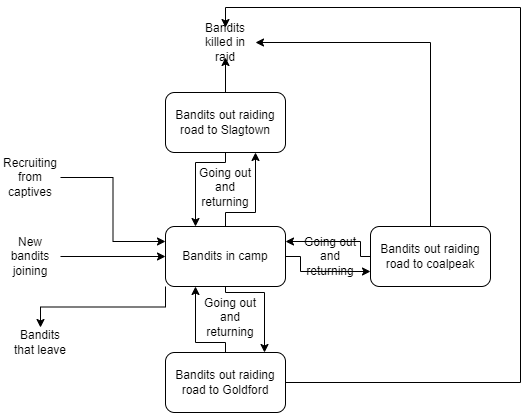
Earlier version of the draw.io export Flowchart/BanditFlow.drawio.png (FunkMarvel/Comp-4-SST). Source tidied: cells renumbered, new cells last; positions are measured from the earlier drawing's top-left corner, leaving out a move shared by most shapes.
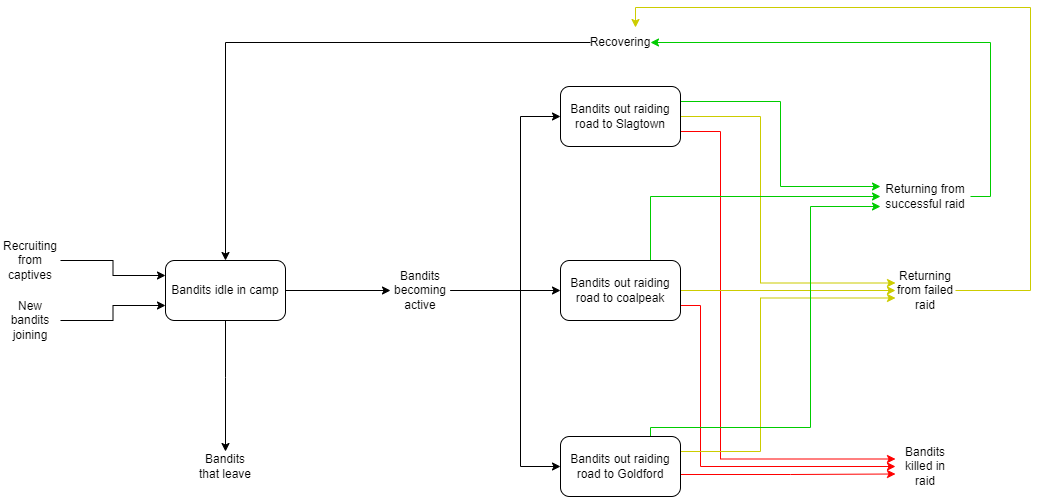
Above is the later version.

The edit, as a diff of the source:
```diff
@@ -2,114 +2,159 @@
   <root>
     <mxCell id="0" />
     <mxCell id="1" parent="0" />
-    <mxCell id="2" style="edgeStyle=orthogonalEdgeStyle;rounded=0;jettySize=auto;html=1;entryX=0.75;entryY=1;entryDx=0;entryDy=0;" parent="1" edge="1" source="6" target="9">
-      <mxGeometry relative="1" as="geometry">
-        <Array as="points">
-          <mxPoint x="225" y="205" />
-          <mxPoint x="255" y="205" />
-        </Array>
-      </mxGeometry>
-    </mxCell>
-    <mxCell id="3" style="edgeStyle=orthogonalEdgeStyle;rounded=0;jettySize=auto;html=1;entryX=0;entryY=0.75;entryDx=0;entryDy=0;" parent="1" edge="1" source="6" target="12">
-      <mxGeometry relative="1" as="geometry">
-        <Array as="points">
-          <mxPoint x="300" y="249" />
-          <mxPoint x="300" y="264" />
-        </Array>
-      </mxGeometry>
-    </mxCell>
-    <mxCell id="4" style="edgeStyle=orthogonalEdgeStyle;rounded=0;jettySize=auto;html=1;entryX=0.825;entryY=0;entryDx=0;entryDy=0;entryPerimeter=0;" parent="1" edge="1" source="6" target="15">
-      <mxGeometry relative="1" as="geometry">
-        <Array as="points">
-          <mxPoint x="225" y="285" />
-          <mxPoint x="264" y="285" />
-        </Array>
-      </mxGeometry>
-    </mxCell>
-    <mxCell id="5" style="edgeStyle=orthogonalEdgeStyle;rounded=0;jettySize=auto;html=1;exitX=0;exitY=1;exitDx=0;exitDy=0;" parent="1" edge="1" source="6" target="24">
-      <mxGeometry relative="1" as="geometry" />
+    <mxCell id="5" style="edgeStyle=orthogonalEdgeStyle;rounded=0;jettySize=auto;html=1;exitX=0.5;exitY=1;exitDx=0;exitDy=0;" parent="1" edge="1" source="6" target="24">
+      <mxGeometry relative="1" as="geometry">
+        <Array as="points">
+          <mxPoint x="-55" y="385" />
+          <mxPoint x="-55" y="385" />
+        </Array>
+      </mxGeometry>
     </mxCell>
+    <mxCell id="25" style="edgeStyle=orthogonalEdgeStyle;rounded=0;jettySize=auto;html=1;" parent="1" edge="1" source="6" target="41">
+      <mxGeometry relative="1" as="geometry" />
+    </mxCell>
-    <mxCell id="6" value="Bandits in camp" style="rounded=1;whiteSpace=wrap;html=1;" parent="1" vertex="1">
-      <mxGeometry x="165" y="219" width="120" height="60" as="geometry" />
+    <mxCell id="6" value="Bandits idle in camp" style="rounded=1;whiteSpace=wrap;html=1;" parent="1" vertex="1">
+      <mxGeometry x="-115" y="268" width="120" height="60" as="geometry" />
     </mxCell>
-    <mxCell id="7" style="edgeStyle=orthogonalEdgeStyle;rounded=0;jettySize=auto;html=1;entryX=0.25;entryY=0;entryDx=0;entryDy=0;" parent="1" edge="1" source="9" target="6">
-      <mxGeometry relative="1" as="geometry">
-        <Array as="points">
-          <mxPoint x="225" y="155" />
-          <mxPoint x="195" y="155" />
-        </Array>
-      </mxGeometry>
-    </mxCell>
-    <mxCell id="8" style="edgeStyle=orthogonalEdgeStyle;rounded=0;jettySize=auto;html=1;" parent="1" edge="1" source="9" target="20">
-      <mxGeometry relative="1" as="geometry" />
+    <mxCell id="8" style="edgeStyle=orthogonalEdgeStyle;rounded=0;jettySize=auto;html=1;exitX=1;exitY=0.75;exitDx=0;exitDy=0;entryX=0;entryY=0.25;entryDx=0;entryDy=0;strokeColor=#FF0000;" parent="1" edge="1" source="9" target="20">
+      <mxGeometry relative="1" as="geometry">
+        <Array as="points">
+          <mxPoint x="440" y="139" />
+          <mxPoint x="440" y="467" />
+        </Array>
+      </mxGeometry>
     </mxCell>
+    <mxCell id="26" style="edgeStyle=orthogonalEdgeStyle;rounded=0;jettySize=auto;html=1;exitX=1;exitY=0.5;exitDx=0;exitDy=0;entryX=0;entryY=0.25;entryDx=0;entryDy=0;strokeColor=#CCCC00;" parent="1" edge="1" source="9" target="33">
+      <mxGeometry relative="1" as="geometry">
+        <Array as="points">
+          <mxPoint x="480" y="124" />
+          <mxPoint x="480" y="291" />
+        </Array>
+      </mxGeometry>
+    </mxCell>
+    <mxCell id="27" style="edgeStyle=orthogonalEdgeStyle;rounded=0;jettySize=auto;html=1;exitX=1;exitY=0.25;exitDx=0;exitDy=0;entryX=0;entryY=0.25;entryDx=0;entryDy=0;strokeColor=#00CC00;" parent="1" edge="1" source="9" target="37">
+      <mxGeometry relative="1" as="geometry" />
+    </mxCell>
     <mxCell id="9" value="Bandits out raiding road to Slagtown" style="rounded=1;whiteSpace=wrap;html=1;" parent="1" vertex="1">
-      <mxGeometry x="165" y="85" width="120" height="60" as="geometry" />
+      <mxGeometry x="280" y="94" width="120" height="60" as="geometry" />
     </mxCell>
-    <mxCell id="10" style="edgeStyle=orthogonalEdgeStyle;rounded=0;jettySize=auto;html=1;entryX=1;entryY=0.25;entryDx=0;entryDy=0;" parent="1" edge="1" source="12" target="6">
-      <mxGeometry relative="1" as="geometry">
-        <Array as="points">
-          <mxPoint x="360" y="249" />
-          <mxPoint x="360" y="234" />
-        </Array>
-      </mxGeometry>
-    </mxCell>
-    <mxCell id="11" style="edgeStyle=orthogonalEdgeStyle;rounded=0;jettySize=auto;html=1;entryX=1;entryY=0.5;entryDx=0;entryDy=0;" parent="1" edge="1" source="12" target="20">
+    <mxCell id="11" style="edgeStyle=orthogonalEdgeStyle;rounded=0;jettySize=auto;html=1;exitX=1;exitY=0.75;exitDx=0;exitDy=0;entryX=0;entryY=0.5;entryDx=0;entryDy=0;strokeColor=#FF0000;" parent="1" edge="1" source="12" target="20">
       <mxGeometry relative="1" as="geometry">
         <Array as="points">
-          <mxPoint x="430" y="35" />
+          <mxPoint x="420" y="313" />
+          <mxPoint x="420" y="474" />
         </Array>
       </mxGeometry>
     </mxCell>
+    <mxCell id="28" style="edgeStyle=orthogonalEdgeStyle;rounded=0;jettySize=auto;html=1;exitX=1;exitY=0.5;exitDx=0;exitDy=0;entryX=0;entryY=0.5;entryDx=0;entryDy=0;fillColor=#ffe6cc;strokeColor=#CCCC00;" parent="1" edge="1" source="12" target="33">
+      <mxGeometry relative="1" as="geometry" />
+    </mxCell>
+    <mxCell id="29" style="edgeStyle=orthogonalEdgeStyle;rounded=0;jettySize=auto;html=1;exitX=0.75;exitY=0;exitDx=0;exitDy=0;entryX=0;entryY=0.5;entryDx=0;entryDy=0;strokeColor=#00CC00;" parent="1" edge="1" source="12" target="37">
+      <mxGeometry relative="1" as="geometry" />
+    </mxCell>
     <mxCell id="12" value="Bandits out raiding road to coalpeak" style="rounded=1;whiteSpace=wrap;html=1;" parent="1" vertex="1">
-      <mxGeometry x="370" y="219" width="120" height="60" as="geometry" />
+      <mxGeometry x="280" y="268" width="120" height="60" as="geometry" />
     </mxCell>
-    <mxCell id="13" style="edgeStyle=orthogonalEdgeStyle;rounded=0;jettySize=auto;html=1;entryX=0.25;entryY=1;entryDx=0;entryDy=0;" parent="1" edge="1" source="15" target="6">
-      <mxGeometry relative="1" as="geometry">
-        <Array as="points">
-          <mxPoint x="225" y="335" />
-          <mxPoint x="195" y="335" />
-        </Array>
-      </mxGeometry>
-    </mxCell>
-    <mxCell id="14" style="edgeStyle=orthogonalEdgeStyle;rounded=0;jettySize=auto;html=1;entryX=0.5;entryY=0;entryDx=0;entryDy=0;" parent="1" edge="1" source="15" target="20">
+    <mxCell id="14" style="edgeStyle=orthogonalEdgeStyle;rounded=0;jettySize=auto;html=1;exitX=1;exitY=0.75;exitDx=0;exitDy=0;entryX=0;entryY=0.75;entryDx=0;entryDy=0;strokeColor=#FF0000;" parent="1" edge="1" source="15" target="20">
       <mxGeometry relative="1" as="geometry">
         <Array as="points">
-          <mxPoint x="520" y="375" />
-          <mxPoint x="520" />
-          <mxPoint x="225" />
+          <mxPoint x="400" y="482" />
+          <mxPoint x="510" y="482" />
         </Array>
       </mxGeometry>
     </mxCell>
+    <mxCell id="30" style="edgeStyle=orthogonalEdgeStyle;rounded=0;jettySize=auto;html=1;exitX=1;exitY=0.25;exitDx=0;exitDy=0;entryX=0;entryY=0.75;entryDx=0;entryDy=0;strokeColor=#CCCC00;" parent="1" edge="1" source="15" target="33">
+      <mxGeometry relative="1" as="geometry">
+        <Array as="points">
+          <mxPoint x="480" y="459" />
+          <mxPoint x="480" y="306" />
+        </Array>
+      </mxGeometry>
+    </mxCell>
+    <mxCell id="31" style="edgeStyle=orthogonalEdgeStyle;rounded=0;jettySize=auto;html=1;exitX=0.75;exitY=0;exitDx=0;exitDy=0;entryX=0;entryY=0.75;entryDx=0;entryDy=0;strokeColor=#00CC00;" parent="1" edge="1" source="15" target="37">
+      <mxGeometry relative="1" as="geometry">
+        <Array as="points">
+          <mxPoint x="370" y="435" />
+          <mxPoint x="530" y="435" />
+          <mxPoint x="530" y="214" />
+        </Array>
+      </mxGeometry>
+    </mxCell>
     <mxCell id="15" value="Bandits out raiding road to Goldford" style="rounded=1;whiteSpace=wrap;html=1;" parent="1" vertex="1">
-      <mxGeometry x="165" y="345" width="120" height="60" as="geometry" />
+      <mxGeometry x="280" y="444" width="120" height="60" as="geometry" />
     </mxCell>
-    <mxCell id="16" style="edgeStyle=orthogonalEdgeStyle;rounded=0;jettySize=auto;html=1;entryX=0;entryY=0.5;entryDx=0;entryDy=0;" parent="1" edge="1" source="17" target="6">
+    <mxCell id="16" style="edgeStyle=orthogonalEdgeStyle;rounded=0;jettySize=auto;html=1;entryX=0;entryY=0.75;entryDx=0;entryDy=0;strokeColor=#000000;" parent="1" edge="1" source="17" target="6">
       <mxGeometry relative="1" as="geometry" />
     </mxCell>
     <mxCell id="17" value="New bandits joining" style="text;html=1;strokeColor=none;fillColor=none;align=center;verticalAlign=middle;whiteSpace=wrap;rounded=0;" parent="1" vertex="1">
-      <mxGeometry y="234" width="60" height="30" as="geometry" />
+      <mxGeometry x="-280" y="313" width="60" height="30" as="geometry" />
     </mxCell>
-    <mxCell id="18" style="edgeStyle=orthogonalEdgeStyle;rounded=0;jettySize=auto;html=1;entryX=0;entryY=0.25;entryDx=0;entryDy=0;" parent="1" edge="1" source="19" target="6">
+    <mxCell id="18" style="edgeStyle=orthogonalEdgeStyle;rounded=0;jettySize=auto;html=1;entryX=0;entryY=0.25;entryDx=0;entryDy=0;strokeColor=#000000;" parent="1" edge="1" source="19" target="6">
       <mxGeometry relative="1" as="geometry" />
     </mxCell>
     <mxCell id="19" value="Recruiting from captives" style="text;html=1;strokeColor=none;fillColor=none;align=center;verticalAlign=middle;whiteSpace=wrap;rounded=0;" parent="1" vertex="1">
-      <mxGeometry y="155" width="60" height="30" as="geometry" />
+      <mxGeometry x="-280" y="253" width="60" height="30" as="geometry" />
     </mxCell>
     <mxCell id="20" value="Bandits killed in raid" style="text;html=1;strokeColor=none;fillColor=none;align=center;verticalAlign=middle;whiteSpace=wrap;rounded=0;" parent="1" vertex="1">
-      <mxGeometry x="195" y="20" width="60" height="30" as="geometry" />
+      <mxGeometry x="615" y="459" width="60" height="30" as="geometry" />
     </mxCell>
-    <mxCell id="21" value="Going out and returning" style="text;html=1;strokeColor=none;fillColor=none;align=center;verticalAlign=middle;whiteSpace=wrap;rounded=0;" parent="1" vertex="1">
-      <mxGeometry x="200" y="295" width="60" height="30" as="geometry" />
-    </mxCell>
-    <mxCell id="22" value="Going out and returning" style="text;html=1;strokeColor=none;fillColor=none;align=center;verticalAlign=middle;whiteSpace=wrap;rounded=0;" parent="1" vertex="1">
-      <mxGeometry x="195" y="165" width="60" height="30" as="geometry" />
-    </mxCell>
-    <mxCell id="23" value="Going out and returning" style="text;html=1;strokeColor=none;fillColor=none;align=center;verticalAlign=middle;whiteSpace=wrap;rounded=0;" parent="1" vertex="1">
-      <mxGeometry x="300" y="234" width="60" height="30" as="geometry" />
-    </mxCell>
     <mxCell id="24" value="Bandits that leave" style="text;html=1;strokeColor=none;fillColor=none;align=center;verticalAlign=middle;whiteSpace=wrap;rounded=0;" parent="1" vertex="1">
-      <mxGeometry x="10" y="320" width="60" height="30" as="geometry" />
+      <mxGeometry x="-85" y="459" width="60" height="30" as="geometry" />
     </mxCell>
+    <mxCell id="32" style="edgeStyle=orthogonalEdgeStyle;rounded=0;jettySize=auto;html=1;entryX=0.75;entryY=0;entryDx=0;entryDy=0;strokeColor=#CCCC00;" parent="1" edge="1" source="33" target="35">
+      <mxGeometry relative="1" as="geometry">
+        <Array as="points">
+          <mxPoint x="750" y="298" />
+          <mxPoint x="750" y="15" />
+          <mxPoint x="355" y="15" />
+        </Array>
+      </mxGeometry>
+    </mxCell>
+    <mxCell id="33" value="Returning from failed raid" style="text;html=1;strokeColor=none;fillColor=none;align=center;verticalAlign=middle;whiteSpace=wrap;rounded=0;" parent="1" vertex="1">
+      <mxGeometry x="615" y="283" width="60" height="30" as="geometry" />
+    </mxCell>
+    <mxCell id="34" style="edgeStyle=orthogonalEdgeStyle;rounded=0;jettySize=auto;html=1;entryX=0.5;entryY=0;entryDx=0;entryDy=0;" parent="1" edge="1" source="35" target="6">
+      <mxGeometry relative="1" as="geometry">
+        <Array as="points">
+          <mxPoint x="-55" y="50" />
+        </Array>
+      </mxGeometry>
+    </mxCell>
+    <mxCell id="35" value="Recovering" style="text;html=1;strokeColor=none;fillColor=none;align=center;verticalAlign=middle;whiteSpace=wrap;rounded=0;" parent="1" vertex="1">
+      <mxGeometry x="310" y="35" width="60" height="30" as="geometry" />
+    </mxCell>
+    <mxCell id="36" style="edgeStyle=orthogonalEdgeStyle;rounded=0;jettySize=auto;html=1;entryX=1;entryY=0.5;entryDx=0;entryDy=0;strokeColor=#00CC00;" parent="1" edge="1" source="37" target="35">
+      <mxGeometry relative="1" as="geometry">
+        <Array as="points">
+          <mxPoint x="710" y="204" />
+          <mxPoint x="710" y="50" />
+        </Array>
+      </mxGeometry>
+    </mxCell>
+    <mxCell id="37" value="Returning from successful raid" style="text;html=1;strokeColor=none;fillColor=none;align=center;verticalAlign=middle;whiteSpace=wrap;rounded=0;" parent="1" vertex="1">
+      <mxGeometry x="600" y="184" width="90" height="40" as="geometry" />
+    </mxCell>
+    <mxCell id="38" style="edgeStyle=orthogonalEdgeStyle;rounded=0;jettySize=auto;html=1;entryX=0;entryY=0.5;entryDx=0;entryDy=0;" parent="1" edge="1" source="41" target="12">
+      <mxGeometry relative="1" as="geometry" />
+    </mxCell>
+    <mxCell id="39" style="edgeStyle=orthogonalEdgeStyle;rounded=0;jettySize=auto;html=1;entryX=0;entryY=0.5;entryDx=0;entryDy=0;" parent="1" edge="1" source="41" target="9">
+      <mxGeometry relative="1" as="geometry">
+        <Array as="points">
+          <mxPoint x="240" y="298" />
+          <mxPoint x="240" y="124" />
+        </Array>
+      </mxGeometry>
+    </mxCell>
+    <mxCell id="40" style="edgeStyle=orthogonalEdgeStyle;rounded=0;jettySize=auto;html=1;entryX=0;entryY=0.5;entryDx=0;entryDy=0;" parent="1" edge="1" source="41" target="15">
+      <mxGeometry relative="1" as="geometry">
+        <Array as="points">
+          <mxPoint x="240" y="298" />
+          <mxPoint x="240" y="474" />
+        </Array>
+      </mxGeometry>
+    </mxCell>
+    <mxCell id="41" value="Bandits becoming active" style="text;html=1;strokeColor=none;fillColor=none;align=center;verticalAlign=middle;whiteSpace=wrap;rounded=0;" parent="1" vertex="1">
+      <mxGeometry x="110" y="283" width="60" height="30" as="geometry" />
+    </mxCell>
   </root>
 </mxGraphModel>
```
